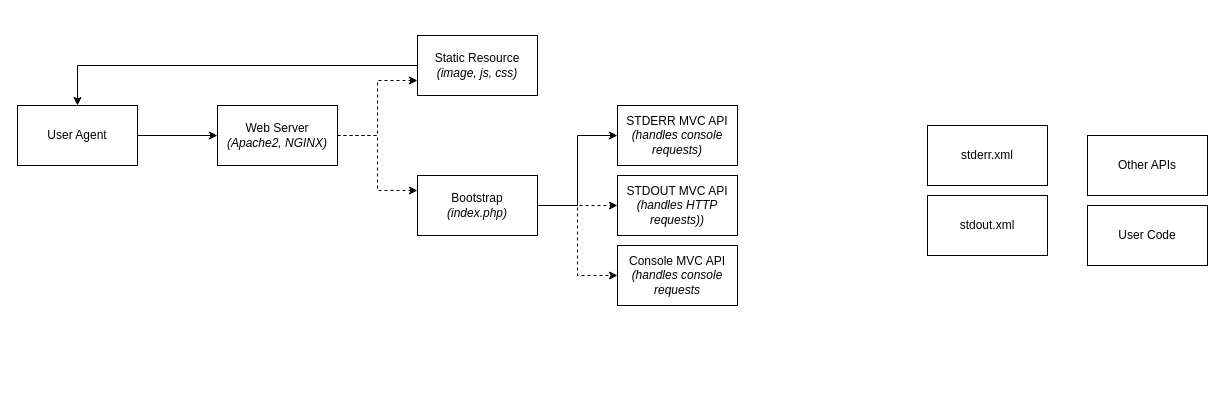
Earlier version of the draw.io diagram Untitled Diagram.drawio (aherne/lucinda-framework). Source tidied: cells renumbered, new cells numbered last; positions are measured from the earlier drawing's top-left corner, leaving out a move shared by most shapes. Both pictures are drawn from the tidied source at 100%, with x=0, y=0 at pixel (17, 35).
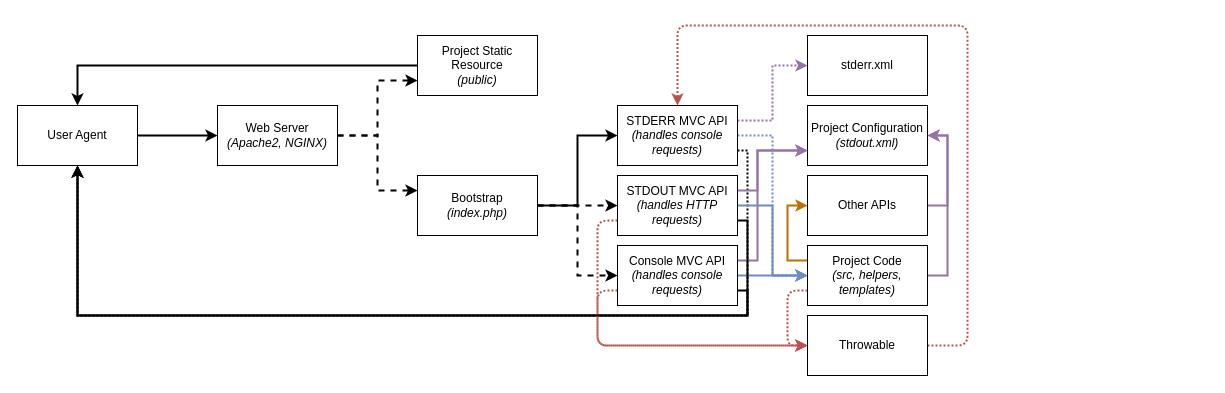
After the change.

Unchanged cells that the change refers to:
```xml
<mxCell id="3" value="User Agent" style="rounded=0;whiteSpace=wrap;html=1;" parent="1" vertex="1">
  <mxGeometry y="70" width="120" height="60" as="geometry" />
</mxCell>
<mxCell id="6" value="Web Server&lt;br&gt;&lt;i&gt;(Apache2, NGINX)&lt;/i&gt;" style="rounded=0;whiteSpace=wrap;html=1;" parent="1" vertex="1">
  <mxGeometry x="200" y="70" width="120" height="60" as="geometry" />
</mxCell>
<mxCell id="10" value="Bootstrap&lt;br&gt;&lt;i&gt;(index.php)&lt;/i&gt;" style="rounded=0;whiteSpace=wrap;html=1;" parent="1" vertex="1">
  <mxGeometry x="400" y="140" width="120" height="60" as="geometry" />
</mxCell>
<mxCell id="13" value="STDERR MVC API&lt;br&gt;&lt;i&gt;(handles console requests)&lt;/i&gt;" style="rounded=0;whiteSpace=wrap;html=1;" parent="1" vertex="1">
  <mxGeometry x="600" y="70" width="120" height="60" as="geometry" />
</mxCell>
```

Diff of the diagram source:
```diff
@@
-    <mxCell id="2" style="edgeStyle=orthogonalEdgeStyle;rounded=0;jettySize=auto;html=1;exitX=1;exitY=0.5;exitDx=0;exitDy=0;entryX=0;entryY=0.5;entryDx=0;entryDy=0;" parent="1" edge="1" source="3" target="6">
+    <mxCell id="2" style="edgeStyle=orthogonalEdgeStyle;rounded=0;jettySize=auto;html=1;exitX=1;exitY=0.5;exitDx=0;exitDy=0;entryX=0;entryY=0.5;entryDx=0;entryDy=0;strokeWidth=2;" parent="1" edge="1" source="3" target="6">
       <mxGeometry relative="1" as="geometry" />
     </mxCell>
@@
-    <mxCell id="4" style="edgeStyle=orthogonalEdgeStyle;rounded=0;jettySize=auto;html=1;exitX=1;exitY=0.5;exitDx=0;exitDy=0;entryX=0;entryY=0.75;entryDx=0;entryDy=0;dashed=1;" parent="1" edge="1" source="6" target="12">
+    <mxCell id="4" style="edgeStyle=orthogonalEdgeStyle;rounded=0;jettySize=auto;html=1;exitX=1;exitY=0.5;exitDx=0;exitDy=0;entryX=0;entryY=0.75;entryDx=0;entryDy=0;dashed=1;strokeWidth=2;" parent="1" edge="1" source="6" target="12">
       <mxGeometry relative="1" as="geometry" />
     </mxCell>
-    <mxCell id="5" style="edgeStyle=orthogonalEdgeStyle;rounded=0;jettySize=auto;html=1;exitX=1;exitY=0.5;exitDx=0;exitDy=0;entryX=0;entryY=0.25;entryDx=0;entryDy=0;dashed=1;" parent="1" edge="1" source="6" target="10">
+    <mxCell id="5" style="edgeStyle=orthogonalEdgeStyle;rounded=0;jettySize=auto;html=1;exitX=1;exitY=0.5;exitDx=0;exitDy=0;entryX=0;entryY=0.25;entryDx=0;entryDy=0;dashed=1;strokeWidth=2;" parent="1" edge="1" source="6" target="10">
       <mxGeometry relative="1" as="geometry" />
     </mxCell>
@@
-    <mxCell id="7" style="edgeStyle=orthogonalEdgeStyle;rounded=0;jettySize=auto;html=1;exitX=1;exitY=0.5;exitDx=0;exitDy=0;entryX=0;entryY=0.5;entryDx=0;entryDy=0;" parent="1" edge="1" source="10" target="13">
+    <mxCell id="7" style="edgeStyle=orthogonalEdgeStyle;rounded=0;jettySize=auto;html=1;exitX=1;exitY=0.5;exitDx=0;exitDy=0;entryX=0;entryY=0.5;entryDx=0;entryDy=0;strokeWidth=2;" parent="1" edge="1" source="10" target="13">
       <mxGeometry relative="1" as="geometry" />
     </mxCell>
-    <mxCell id="8" style="edgeStyle=orthogonalEdgeStyle;rounded=0;jettySize=auto;html=1;exitX=1;exitY=0.5;exitDx=0;exitDy=0;entryX=0;entryY=0.5;entryDx=0;entryDy=0;dashed=1;" parent="1" edge="1" source="10" target="14">
+    <mxCell id="8" style="edgeStyle=orthogonalEdgeStyle;rounded=0;jettySize=auto;html=1;exitX=1;exitY=0.5;exitDx=0;exitDy=0;entryX=0;entryY=0.5;entryDx=0;entryDy=0;dashed=1;strokeWidth=2;" parent="1" edge="1" source="10" target="14">
       <mxGeometry relative="1" as="geometry" />
     </mxCell>
-    <mxCell id="9" style="edgeStyle=orthogonalEdgeStyle;rounded=0;jettySize=auto;html=1;exitX=1;exitY=0.5;exitDx=0;exitDy=0;entryX=0;entryY=0.5;entryDx=0;entryDy=0;dashed=1;" parent="1" edge="1" source="10" target="18">
+    <mxCell id="9" style="edgeStyle=orthogonalEdgeStyle;rounded=0;jettySize=auto;html=1;exitX=1;exitY=0.5;exitDx=0;exitDy=0;entryX=0;entryY=0.5;entryDx=0;entryDy=0;dashed=1;strokeWidth=2;" parent="1" edge="1" source="10" target="18">
       <mxGeometry relative="1" as="geometry" />
     </mxCell>
@@
-    <mxCell id="11" style="edgeStyle=orthogonalEdgeStyle;rounded=0;jettySize=auto;html=1;exitX=0;exitY=0.5;exitDx=0;exitDy=0;entryX=0.5;entryY=0;entryDx=0;entryDy=0;" parent="1" edge="1" source="12" target="3">
+    <mxCell id="11" style="edgeStyle=orthogonalEdgeStyle;rounded=0;jettySize=auto;html=1;exitX=0;exitY=0.5;exitDx=0;exitDy=0;entryX=0.5;entryY=0;entryDx=0;entryDy=0;strokeWidth=2;" parent="1" edge="1" source="12" target="3">
       <mxGeometry relative="1" as="geometry" />
     </mxCell>
-    <mxCell id="12" value="Static Resource&lt;br&gt;&lt;i&gt;(image, js, css)&lt;/i&gt;" style="rounded=0;whiteSpace=wrap;html=1;" parent="1" vertex="1">
+    <mxCell id="12" value="Project Static Resource&lt;br&gt;&lt;i&gt;(public)&lt;/i&gt;" style="rounded=0;whiteSpace=wrap;html=1;" parent="1" vertex="1">
       <mxGeometry x="400" width="120" height="60" as="geometry" />
     </mxCell>
+    <mxCell id="20" style="edgeStyle=orthogonalEdgeStyle;rounded=0;jettySize=auto;html=1;exitX=1;exitY=0.75;exitDx=0;exitDy=0;entryX=0.5;entryY=1;entryDx=0;entryDy=0;strokeWidth=2;dashed=1;dashPattern=1 1;" parent="1" edge="1" source="13" target="3">
+      <mxGeometry relative="1" as="geometry">
+        <Array as="points">
+          <mxPoint x="730" y="115" />
+          <mxPoint x="730" y="280" />
+          <mxPoint x="60" y="280" />
+        </Array>
+      </mxGeometry>
+    </mxCell>
+    <mxCell id="21" style="edgeStyle=orthogonalEdgeStyle;rounded=0;jettySize=auto;html=1;exitX=1;exitY=0.5;exitDx=0;exitDy=0;entryX=0;entryY=0.5;entryDx=0;entryDy=0;dashed=1;dashPattern=1 1;strokeWidth=2;strokeColor=#6C8EBF;" parent="1" edge="1" source="13" target="17">
+      <mxGeometry relative="1" as="geometry" />
+    </mxCell>
+    <mxCell id="22" style="edgeStyle=orthogonalEdgeStyle;rounded=0;jettySize=auto;html=1;exitX=1;exitY=0.25;exitDx=0;exitDy=0;entryX=0;entryY=0.5;entryDx=0;entryDy=0;dashed=1;dashPattern=1 1;strokeWidth=2;strokeColor=#9673A6;" parent="1" edge="1" source="13" target="16">
+      <mxGeometry relative="1" as="geometry" />
+    </mxCell>
@@
+    <mxCell id="23" style="edgeStyle=orthogonalEdgeStyle;rounded=0;jettySize=auto;html=1;exitX=1;exitY=0.25;exitDx=0;exitDy=0;entryX=0;entryY=0.75;entryDx=0;entryDy=0;fillColor=#e1d5e7;strokeColor=#9673a6;strokeWidth=2;" parent="1" edge="1" source="14" target="19">
+      <mxGeometry relative="1" as="geometry">
+        <Array as="points">
+          <mxPoint x="740" y="225" />
+          <mxPoint x="740" y="115" />
+        </Array>
+      </mxGeometry>
+    </mxCell>
+    <mxCell id="24" style="edgeStyle=orthogonalEdgeStyle;rounded=0;jettySize=auto;html=1;exitX=1;exitY=0.5;exitDx=0;exitDy=0;fillColor=#dae8fc;strokeColor=#6c8ebf;strokeWidth=2;" parent="1" edge="1" source="14">
+      <mxGeometry relative="1" as="geometry">
+        <mxPoint x="790" y="240" as="targetPoint" />
+      </mxGeometry>
+    </mxCell>
+    <mxCell id="25" style="edgeStyle=orthogonalEdgeStyle;rounded=0;jettySize=auto;html=1;exitX=1;exitY=0.75;exitDx=0;exitDy=0;entryX=0.5;entryY=1;entryDx=0;entryDy=0;strokeWidth=2;" parent="1" edge="1" source="14" target="3">
+      <mxGeometry relative="1" as="geometry">
+        <Array as="points">
+          <mxPoint x="730" y="255" />
+          <mxPoint x="730" y="280" />
+          <mxPoint x="60" y="280" />
+        </Array>
+      </mxGeometry>
+    </mxCell>
+    <mxCell id="26" style="edgeStyle=orthogonalEdgeStyle;rounded=1;jettySize=auto;html=1;exitX=0;exitY=0.75;exitDx=0;exitDy=0;entryX=0;entryY=0.5;entryDx=0;entryDy=0;fillColor=#f8cecc;strokeColor=none;" parent="1" edge="1" source="14" target="37">
+      <mxGeometry relative="1" as="geometry" />
+    </mxCell>
+    <mxCell id="27" style="edgeStyle=orthogonalEdgeStyle;rounded=1;jettySize=auto;html=1;exitX=0;exitY=0.75;exitDx=0;exitDy=0;entryX=0;entryY=0.5;entryDx=0;entryDy=0;strokeColor=#b85450;fillColor=#f8cecc;strokeWidth=2;dashed=1;dashPattern=1 1;" parent="1" edge="1" source="14" target="37">
+      <mxGeometry relative="1" as="geometry" />
+    </mxCell>
-    <mxCell id="14" value="Console MVC API&lt;br&gt;&lt;i&gt;(handles console requests&lt;/i&gt;" style="rounded=0;whiteSpace=wrap;html=1;" parent="1" vertex="1">
+    <mxCell id="14" value="Console MVC API&lt;br&gt;&lt;i&gt;(handles console requests)&lt;/i&gt;" style="rounded=0;whiteSpace=wrap;html=1;" parent="1" vertex="1">
       <mxGeometry x="600" y="210" width="120" height="60" as="geometry" />
     </mxCell>
+    <mxCell id="28" style="edgeStyle=orthogonalEdgeStyle;rounded=0;jettySize=auto;html=1;exitX=1;exitY=0.5;exitDx=0;exitDy=0;entryX=1;entryY=0.5;entryDx=0;entryDy=0;fillColor=#e1d5e7;strokeColor=#9673a6;strokeWidth=2;" parent="1" edge="1" source="15" target="19">
+      <mxGeometry relative="1" as="geometry">
+        <Array as="points">
+          <mxPoint x="930" y="170" />
+          <mxPoint x="930" y="100" />
+        </Array>
+      </mxGeometry>
+    </mxCell>
     <mxCell id="15" value="Other APIs" style="rounded=0;whiteSpace=wrap;html=1;" parent="1" vertex="1">
-      <mxGeometry x="1070" y="100" width="120" height="60" as="geometry" />
+      <mxGeometry x="790" y="140" width="120" height="60" as="geometry" />
     </mxCell>
     <mxCell id="16" value="stderr.xml" style="rounded=0;whiteSpace=wrap;html=1;" parent="1" vertex="1">
-      <mxGeometry x="910" y="90" width="120" height="60" as="geometry" />
+      <mxGeometry x="790" width="120" height="60" as="geometry" />
     </mxCell>
+    <mxCell id="29" style="edgeStyle=orthogonalEdgeStyle;rounded=0;jettySize=auto;html=1;exitX=1;exitY=0.5;exitDx=0;exitDy=0;entryX=1;entryY=0.5;entryDx=0;entryDy=0;fillColor=#e1d5e7;strokeColor=#9673a6;strokeWidth=2;" parent="1" edge="1" source="17" target="19">
+      <mxGeometry relative="1" as="geometry">
+        <Array as="points">
+          <mxPoint x="930" y="240" />
+          <mxPoint x="930" y="100" />
+        </Array>
+      </mxGeometry>
+    </mxCell>
+    <mxCell id="30" style="edgeStyle=orthogonalEdgeStyle;rounded=0;jettySize=auto;html=1;exitX=0;exitY=0.25;exitDx=0;exitDy=0;entryX=0;entryY=0.5;entryDx=0;entryDy=0;fillColor=#f0a30a;strokeColor=#BD7000;strokeWidth=2;" parent="1" edge="1" source="17" target="15">
+      <mxGeometry relative="1" as="geometry" />
+    </mxCell>
+    <mxCell id="31" style="edgeStyle=orthogonalEdgeStyle;rounded=1;jettySize=auto;html=1;exitX=0;exitY=0.75;exitDx=0;exitDy=0;entryX=0;entryY=0.5;entryDx=0;entryDy=0;strokeColor=#b85450;fillColor=#f8cecc;strokeWidth=2;dashed=1;dashPattern=1 1;" parent="1" edge="1" source="17" target="37">
+      <mxGeometry relative="1" as="geometry" />
+    </mxCell>
-    <mxCell id="17" value="User Code" style="rounded=0;whiteSpace=wrap;html=1;" parent="1" vertex="1">
-      <mxGeometry x="1070" y="170" width="120" height="60" as="geometry" />
+    <mxCell id="17" value="Project Code&lt;br&gt;&lt;i&gt;(src, helpers, templates)&lt;/i&gt;" style="rounded=0;whiteSpace=wrap;html=1;" parent="1" vertex="1">
+      <mxGeometry x="790" y="210" width="120" height="60" as="geometry" />
     </mxCell>
+    <mxCell id="32" style="edgeStyle=orthogonalEdgeStyle;rounded=0;jettySize=auto;html=1;exitX=1;exitY=0.25;exitDx=0;exitDy=0;entryX=0;entryY=0.75;entryDx=0;entryDy=0;fillColor=#e1d5e7;strokeColor=#9673a6;strokeWidth=2;" parent="1" edge="1" source="18" target="19">
+      <mxGeometry relative="1" as="geometry">
+        <Array as="points">
+          <mxPoint x="740" y="155" />
+          <mxPoint x="740" y="115" />
+        </Array>
+      </mxGeometry>
+    </mxCell>
+    <mxCell id="33" style="edgeStyle=orthogonalEdgeStyle;rounded=0;jettySize=auto;html=1;exitX=1;exitY=0.5;exitDx=0;exitDy=0;entryX=0;entryY=0.5;entryDx=0;entryDy=0;fillColor=#dae8fc;strokeColor=#6c8ebf;strokeWidth=2;" parent="1" edge="1" source="18" target="17">
+      <mxGeometry relative="1" as="geometry" />
+    </mxCell>
+    <mxCell id="34" style="edgeStyle=orthogonalEdgeStyle;rounded=0;jettySize=auto;html=1;exitX=1;exitY=0.75;exitDx=0;exitDy=0;entryX=0.5;entryY=1;entryDx=0;entryDy=0;fillColor=#f5f5f5;strokeWidth=2;" parent="1" edge="1" source="18" target="3">
+      <mxGeometry relative="1" as="geometry">
+        <Array as="points">
+          <mxPoint x="730" y="185" />
+          <mxPoint x="730" y="280" />
+          <mxPoint x="60" y="280" />
+        </Array>
+      </mxGeometry>
+    </mxCell>
+    <mxCell id="35" style="edgeStyle=orthogonalEdgeStyle;rounded=1;jettySize=auto;html=1;exitX=0;exitY=0.75;exitDx=0;exitDy=0;entryX=0;entryY=0.5;entryDx=0;entryDy=0;strokeColor=#b85450;fillColor=#f8cecc;strokeWidth=2;dashed=1;dashPattern=1 1;" parent="1" edge="1" source="18" target="37">
+      <mxGeometry relative="1" as="geometry" />
+    </mxCell>
-    <mxCell id="18" value="STDOUT MVC API&lt;br&gt;&lt;i&gt;(handles HTTP requests)&lt;/i&gt;&lt;i&gt;)&lt;/i&gt;" style="rounded=0;whiteSpace=wrap;html=1;" parent="1" vertex="1">
+    <mxCell id="18" value="STDOUT MVC API&lt;br&gt;&lt;i&gt;(handles HTTP requests&lt;/i&gt;&lt;i&gt;)&lt;/i&gt;" style="rounded=0;whiteSpace=wrap;html=1;" parent="1" vertex="1">
       <mxGeometry x="600" y="140" width="120" height="60" as="geometry" />
     </mxCell>
-    <mxCell id="19" value="stdout.xml" style="rounded=0;whiteSpace=wrap;html=1;" parent="1" vertex="1">
-      <mxGeometry x="910" y="160" width="120" height="60" as="geometry" />
+    <mxCell id="19" value="Project Configuration&lt;br&gt;&lt;i&gt;(stdout.xml)&lt;/i&gt;" style="rounded=0;whiteSpace=wrap;html=1;" parent="1" vertex="1">
+      <mxGeometry x="790" y="70" width="120" height="60" as="geometry" />
     </mxCell>
+    <mxCell id="36" style="edgeStyle=orthogonalEdgeStyle;rounded=1;jettySize=auto;html=1;exitX=1;exitY=0.5;exitDx=0;exitDy=0;entryX=0.5;entryY=0;entryDx=0;entryDy=0;fillColor=#f8cecc;strokeColor=#b85450;strokeWidth=2;dashed=1;dashPattern=1 1;" parent="1" edge="1" source="37" target="13">
+      <mxGeometry relative="1" as="geometry">
+        <Array as="points">
+          <mxPoint x="950" y="310" />
+          <mxPoint x="950" y="-10" />
+          <mxPoint x="660" y="-10" />
+        </Array>
+      </mxGeometry>
+    </mxCell>
+    <mxCell id="37" value="Throwable" style="rounded=0;whiteSpace=wrap;html=1;" parent="1" vertex="1">
+      <mxGeometry x="790" y="280" width="120" height="60" as="geometry" />
+    </mxCell>
```
